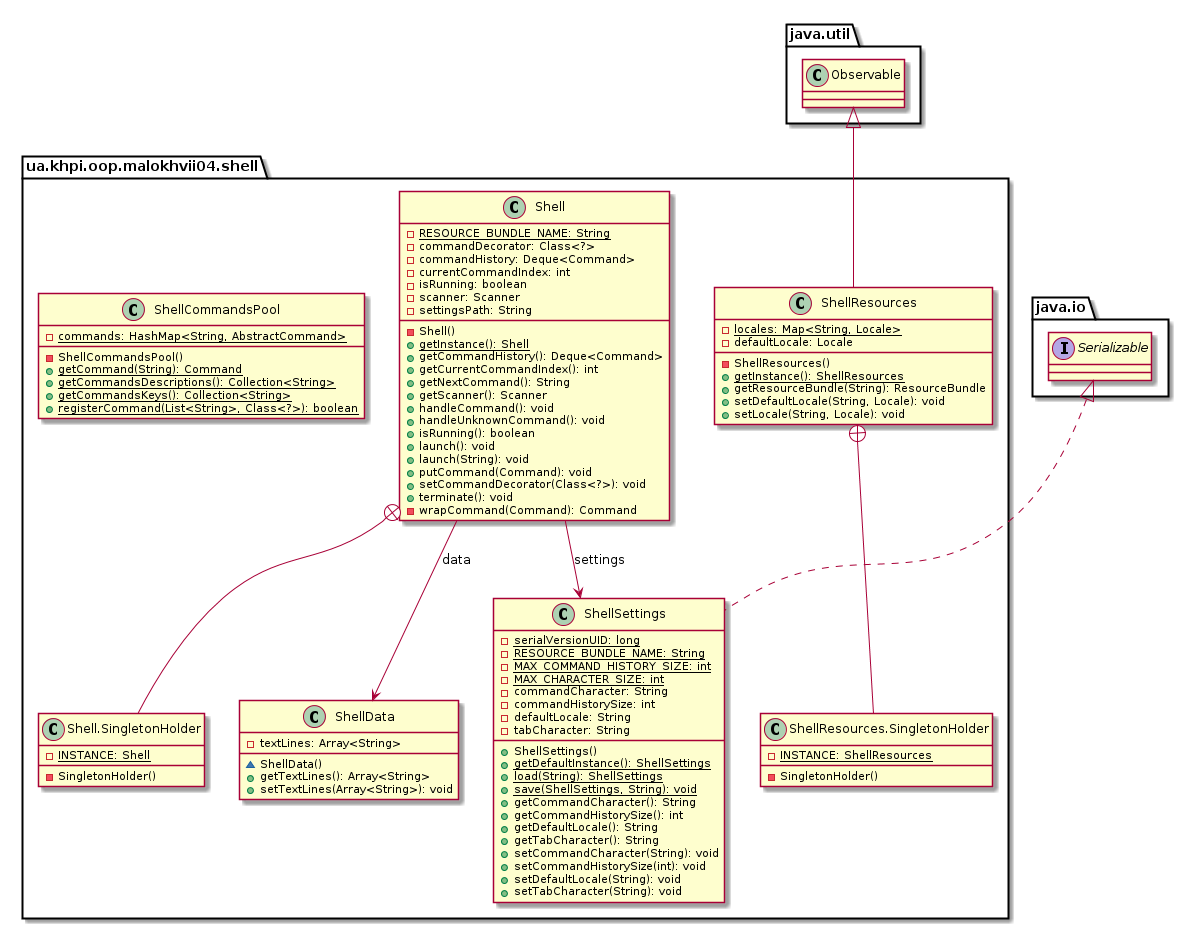
Above: malokhvii-eduard/malokhvii04/doc/plantuml/png/ua.khpi.oop.malokhvii04.shell.package.png in P-Kalin/kit26a (PlantUML), before the change.
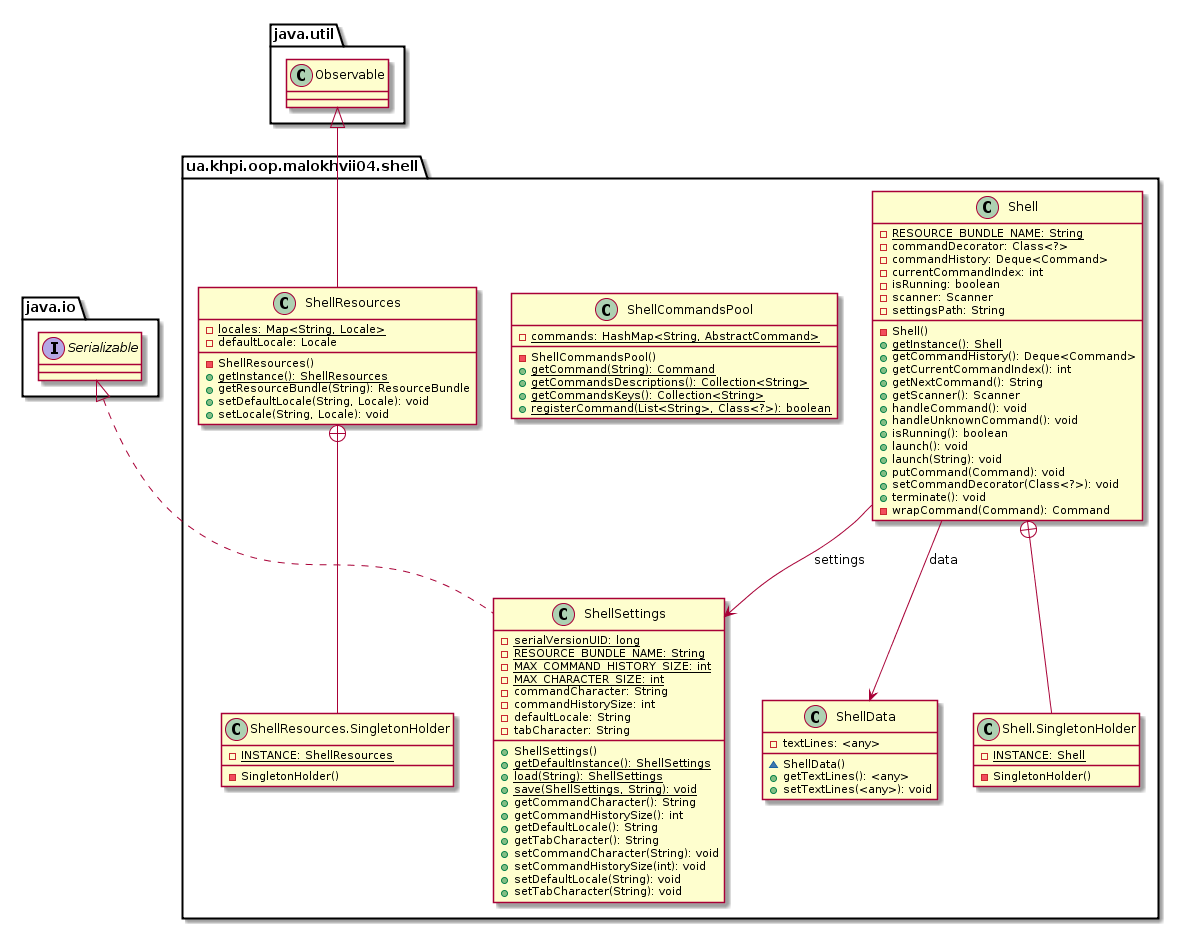
The same file after the commit.

What changed in the source:
```diff
@@ -1,51 +1,6 @@
 @startuml
 
     namespace ua.khpi.oop.malokhvii04.shell {
-
-        class ShellData {
-            -textLines: Array<String>
-            ~ShellData()
-            +getTextLines(): Array<String>
-            +setTextLines(Array<String>): void
-        }
-
-        class ShellSettings {
-            {static} -serialVersionUID: long
-            {static} -RESOURCE_BUNDLE_NAME: String
-            {static} -MAX_COMMAND_HISTORY_SIZE: int
-            {static} -MAX_CHARACTER_SIZE: int
-            -commandCharacter: String
-            -commandHistorySize: int
-            -defaultLocale: String
-            -tabCharacter: String
-            +ShellSettings()
-            {static} +getDefaultInstance(): ShellSettings
-            {static} +load(String): ShellSettings
-            {static} +save(ShellSettings, String): void
-            +getCommandCharacter(): String
-            +getCommandHistorySize(): int
-            +getDefaultLocale(): String
-            +getTabCharacter(): String
-            +setCommandCharacter(String): void
-            +setCommandHistorySize(int): void
-            +setDefaultLocale(String): void
-            +setTabCharacter(String): void
-        }
-
-        class ShellResources {
-            {static} -locales: Map<String, Locale>
-            -defaultLocale: Locale
-            -ShellResources()
-            {static} +getInstance(): ShellResources
-            +getResourceBundle(String): ResourceBundle
-            +setDefaultLocale(String, Locale): void
-            +setLocale(String, Locale): void
-        }
-
-        class ua.khpi.oop.malokhvii04.shell.ShellResources.SingletonHolder {
-            {static} -INSTANCE: ShellResources
-            -SingletonHolder()
-        }
 
         class Shell {
             {static} -RESOURCE_BUNDLE_NAME: String
@@ -77,6 +32,29 @@
             -SingletonHolder()
         }
 
+        class ShellSettings {
+            {static} -serialVersionUID: long
+            {static} -RESOURCE_BUNDLE_NAME: String
+            {static} -MAX_COMMAND_HISTORY_SIZE: int
+            {static} -MAX_CHARACTER_SIZE: int
+            -commandCharacter: String
+            -commandHistorySize: int
+            -defaultLocale: String
+            -tabCharacter: String
+            +ShellSettings()
+            {static} +getDefaultInstance(): ShellSettings
+            {static} +load(String): ShellSettings
+            {static} +save(ShellSettings, String): void
+            +getCommandCharacter(): String
+            +getCommandHistorySize(): int
+            +getDefaultLocale(): String
+            +getTabCharacter(): String
+            +setCommandCharacter(String): void
+            +setCommandHistorySize(int): void
+            +setDefaultLocale(String): void
+            +setTabCharacter(String): void
+        }
+
         class ShellCommandsPool {
             {static} -commands: HashMap<String, AbstractCommand>
             -ShellCommandsPool()
@@ -86,6 +64,30 @@
             {static} +registerCommand(List<String>, Class<?>): boolean
         }
 
+        class ShellResources {
+            {static} -locales: Map<String, Locale>
+            -defaultLocale: Locale
+            -ShellResources()
+            {static} +getInstance(): ShellResources
+            +getResourceBundle(String): ResourceBundle
+            +setDefaultLocale(String, Locale): void
+            +setLocale(String, Locale): void
+        }
+
+        class ua.khpi.oop.malokhvii04.shell.ShellResources.SingletonHolder {
+            {static} -INSTANCE: ShellResources
+            -SingletonHolder()
+        }
+
+        class ShellData {
+            -textLines: <any>
+            ~ShellData()
+            +getTextLines(): <any>
+            +setTextLines(<any>): void
+        }
+
+        Shell +-- ua.khpi.oop.malokhvii04.shell.Shell.SingletonHolder
+
         interface java.io.Serializable
         java.io.Serializable <|.. ShellSettings
 
@@ -94,8 +96,6 @@
 
         ShellResources +-- ua.khpi.oop.malokhvii04.shell.ShellResources.SingletonHolder
 
-        Shell +-- ua.khpi.oop.malokhvii04.shell.Shell.SingletonHolder
-
         Shell --> ShellData: data
 
         Shell --> ShellSettings: settings
```
